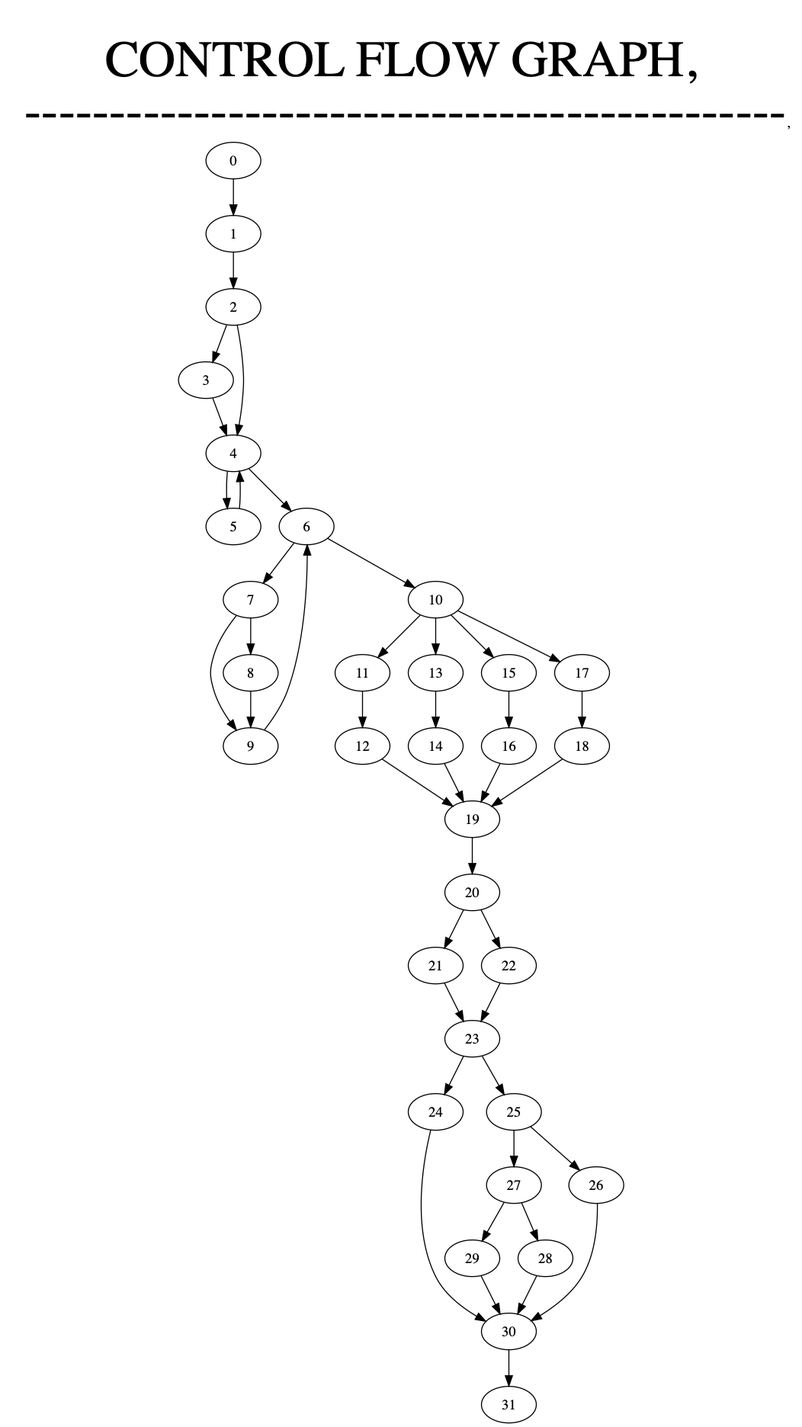
jayavardhanpatil/ControlFlowGraph keeps this Graphviz diagram as cfg.png. Above is the earlier version. Its source is kept beside it as cfg.dot.
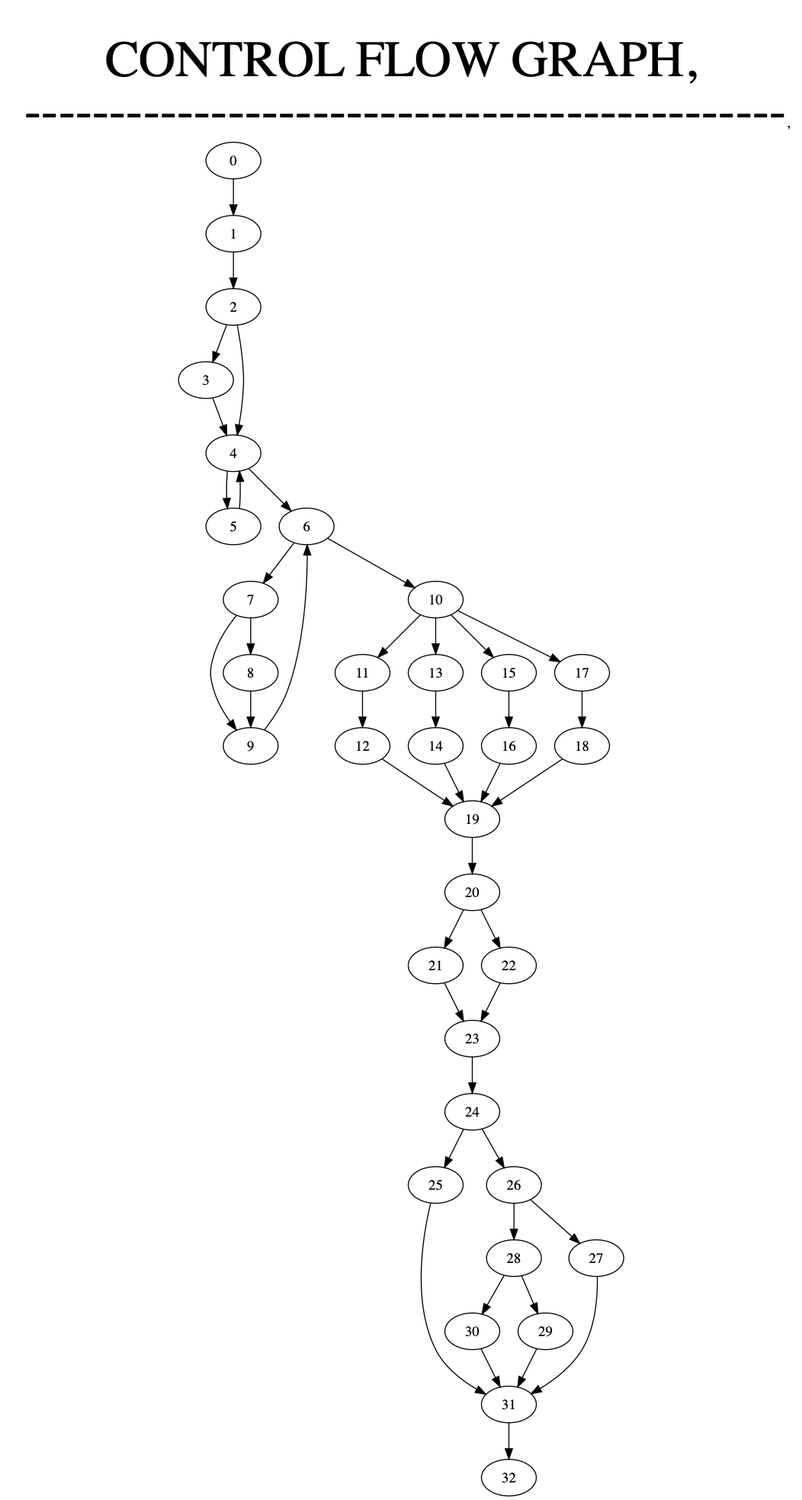
After the change.

Diff of the diagram source:
```diff
@@ -19,16 +19,17 @@
 20->21;
 21->23;
 23->24;
-24->30;
+24->25;
+25->31;
+31->32;
+24->26;
+26->27;
+27->31;
+26->28;
+28->29;
+29->31;
+28->30;
 30->31;
-23->25;
-25->26;
-26->30;
-25->27;
-27->28;
-28->30;
-27->29;
-29->30;
 20->22;
 22->23;
 10->13;
```
